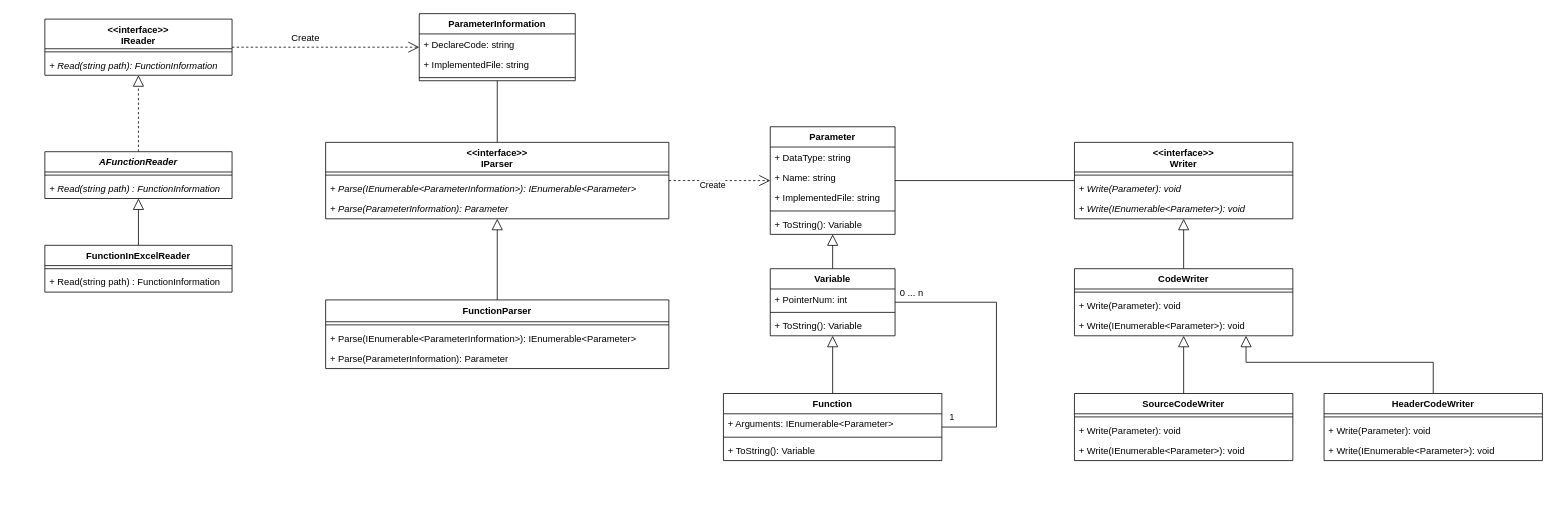
CountrySideEngineer/CStubMk keeps this draw.io diagram as page "Class" (4 of 5) of doc/design/architecture.drawio. Above is the earlier version. Source tidied: cells renumbered, new cells numbered last; positions are measured from the earlier drawing's top-left corner, leaving out a move shared by most shapes. Both pictures are drawn from the tidied source at 78%, with x=0, y=0 at pixel (44, 13).
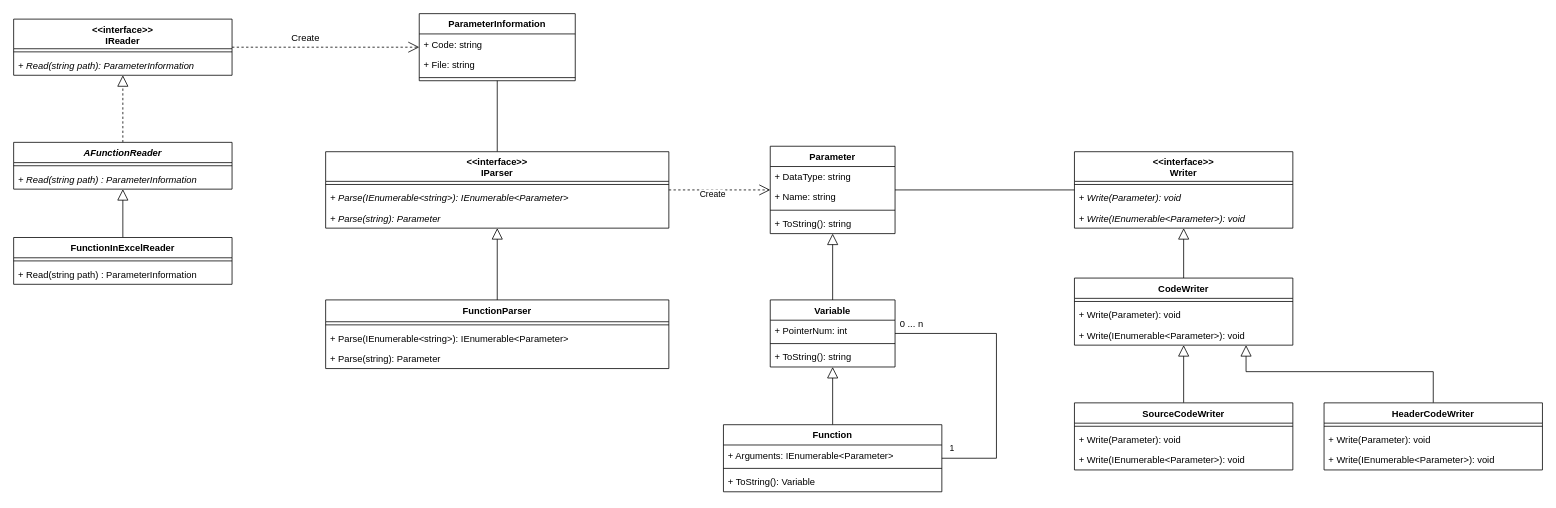
Above is the later version.

The change refers to these unchanged cells:
```xml
<mxCell id="3" value="ParameterInformation" style="swimlane;fontStyle=1;align=center;verticalAlign=top;horizontal=1;startSize=26;" parent="1" vertex="1">
  <mxGeometry x="480" width="200" height="86" as="geometry" />
</mxCell>
<mxCell id="49" value="FunctionParser" style="swimlane;fontStyle=1;align=center;verticalAlign=top;horizontal=1;startSize=28;" parent="1" vertex="1">
  <mxGeometry x="360" y="367" width="440" height="88" as="geometry" />
</mxCell>
```

Change to the diagram source:
```diff
@@
-    <mxCell id="4" value="+ DeclareCode: string" style="text;strokeColor=none;fillColor=none;align=left;verticalAlign=top;spacingLeft=4;spacingRight=4;overflow=hidden;" parent="3" vertex="1">
+    <mxCell id="4" value="+ Code: string" style="text;strokeColor=none;fillColor=none;align=left;verticalAlign=top;spacingLeft=4;spacingRight=4;overflow=hidden;" parent="3" vertex="1">
       <mxGeometry y="26" width="200" height="26" as="geometry" />
     </mxCell>
-    <mxCell id="5" value="+ ImplementedFile: string" style="text;strokeColor=none;fillColor=none;align=left;verticalAlign=top;spacingLeft=4;spacingRight=4;overflow=hidden;" parent="3" vertex="1">
+    <mxCell id="5" value="+ File: string" style="text;strokeColor=none;fillColor=none;align=left;verticalAlign=top;spacingLeft=4;spacingRight=4;overflow=hidden;" parent="3" vertex="1">
       <mxGeometry y="52" width="200" height="26" as="geometry" />
     </mxCell>
@@
     <mxCell id="9" value="&lt;&lt;interface&gt;&gt;&#10;IReader" style="swimlane;fontStyle=1;align=center;verticalAlign=top;horizontal=1;startSize=38;" parent="1" vertex="1">
-      <mxGeometry y="7" width="240" height="72" as="geometry" />
+      <mxGeometry x="-40" y="7" width="280" height="72" as="geometry" />
     </mxCell>
     <mxCell id="10" style="line;strokeWidth=1;fillColor=none;align=left;verticalAlign=middle;spacingTop=-1;spacingLeft=3;spacingRight=3;labelPosition=right;" parent="9" vertex="1">
-      <mxGeometry y="38" width="240" height="8" as="geometry" />
+      <mxGeometry y="38" width="280" height="8" as="geometry" />
     </mxCell>
-    <mxCell id="11" value="+ Read(string path): FunctionInformation" style="text;strokeColor=none;fillColor=none;align=left;verticalAlign=top;spacingLeft=4;spacingRight=4;overflow=hidden;fontStyle=2;" parent="9" vertex="1">
-      <mxGeometry y="46" width="240" height="26" as="geometry" />
+    <mxCell id="11" value="+ Read(string path): ParameterInformation" style="text;strokeColor=none;fillColor=none;align=left;verticalAlign=top;spacingLeft=4;spacingRight=4;overflow=hidden;fontStyle=2;" parent="9" vertex="1">
+      <mxGeometry y="46" width="280" height="26" as="geometry" />
     </mxCell>
@@
     <mxCell id="13" value="AFunctionReader" style="swimlane;fontStyle=3;align=center;verticalAlign=top;horizontal=1;startSize=26;" parent="1" vertex="1">
-      <mxGeometry y="177" width="240" height="60" as="geometry" />
+      <mxGeometry x="-40" y="165" width="280" height="60" as="geometry" />
     </mxCell>
     <mxCell id="14" style="line;strokeWidth=1;fillColor=none;align=left;verticalAlign=middle;spacingTop=-1;spacingLeft=3;spacingRight=3;labelPosition=right;" parent="13" vertex="1">
-      <mxGeometry y="26" width="240" height="8" as="geometry" />
+      <mxGeometry y="26" width="280" height="8" as="geometry" />
     </mxCell>
-    <mxCell id="15" value="+ Read(string path) : FunctionInformation" style="text;strokeColor=none;fillColor=none;align=left;verticalAlign=top;spacingLeft=4;spacingRight=4;overflow=hidden;fontStyle=2;" parent="13" vertex="1">
-      <mxGeometry y="34" width="240" height="26" as="geometry" />
+    <mxCell id="15" value="+ Read(string path) : ParameterInformation" style="text;strokeColor=none;fillColor=none;align=left;verticalAlign=top;spacingLeft=4;spacingRight=4;overflow=hidden;fontStyle=2;" parent="13" vertex="1">
+      <mxGeometry y="34" width="280" height="26" as="geometry" />
     </mxCell>
@@
     <mxCell id="17" value="FunctionInExcelReader" style="swimlane;fontStyle=1;align=center;verticalAlign=top;horizontal=1;startSize=26;" parent="1" vertex="1">
-      <mxGeometry y="297" width="240" height="60" as="geometry" />
+      <mxGeometry x="-40" y="287" width="280" height="60" as="geometry" />
     </mxCell>
     <mxCell id="18" style="line;strokeWidth=1;fillColor=none;align=left;verticalAlign=middle;spacingTop=-1;spacingLeft=3;spacingRight=3;labelPosition=right;" parent="17" vertex="1">
-      <mxGeometry y="26" width="240" height="8" as="geometry" />
+      <mxGeometry y="26" width="280" height="8" as="geometry" />
     </mxCell>
-    <mxCell id="19" value="+ Read(string path) : FunctionInformation" style="text;strokeColor=none;fillColor=none;align=left;verticalAlign=top;spacingLeft=4;spacingRight=4;overflow=hidden;fontStyle=0;" parent="17" vertex="1">
-      <mxGeometry y="34" width="240" height="26" as="geometry" />
+    <mxCell id="19" value="+ Read(string path) : ParameterInformation" style="text;strokeColor=none;fillColor=none;align=left;verticalAlign=top;spacingLeft=4;spacingRight=4;overflow=hidden;fontStyle=0;" parent="17" vertex="1">
+      <mxGeometry y="34" width="280" height="26" as="geometry" />
     </mxCell>
@@
     <mxCell id="21" value="&lt;&lt;interface&gt;&gt;&#10;IParser" style="swimlane;fontStyle=1;align=center;verticalAlign=top;horizontal=1;startSize=38;" parent="1" vertex="1">
-      <mxGeometry x="360" y="165" width="440" height="98" as="geometry" />
+      <mxGeometry x="360" y="177" width="440" height="98" as="geometry" />
     </mxCell>
@@
-    <mxCell id="23" value="+ Parse(IEnumerable&lt;ParameterInformation&gt;): IEnumerable&lt;Parameter&gt;" style="text;strokeColor=none;fillColor=none;align=left;verticalAlign=top;spacingLeft=4;spacingRight=4;overflow=hidden;fontStyle=2;" parent="21" vertex="1">
+    <mxCell id="23" value="+ Parse(IEnumerable&lt;string&gt;): IEnumerable&lt;Parameter&gt;" style="text;strokeColor=none;fillColor=none;align=left;verticalAlign=top;spacingLeft=4;spacingRight=4;overflow=hidden;fontStyle=2;" parent="21" vertex="1">
       <mxGeometry y="46" width="440" height="26" as="geometry" />
     </mxCell>
-    <mxCell id="24" value="+ Parse(ParameterInformation): Parameter" style="text;strokeColor=none;fillColor=none;align=left;verticalAlign=top;spacingLeft=4;spacingRight=4;overflow=hidden;fontStyle=2;" parent="21" vertex="1">
+    <mxCell id="24" value="+ Parse(string): Parameter" style="text;strokeColor=none;fillColor=none;align=left;verticalAlign=top;spacingLeft=4;spacingRight=4;overflow=hidden;fontStyle=2;" parent="21" vertex="1">
       <mxGeometry y="72" width="440" height="26" as="geometry" />
     </mxCell>
@@
     <mxCell id="26" value="1" style="edgeStyle=none;rounded=0;jettySize=auto;html=1;endArrow=none;endFill=0;endSize=12;startArrow=none;startFill=0;startSize=12;" parent="1" edge="1" source="28" target="40">
       <mxGeometry x="-0.54" y="57" relative="1" as="geometry">
         <Array as="points">
-          <mxPoint x="1220" y="530" />
-          <mxPoint x="1220" y="370" />
+          <mxPoint x="1220" y="570" />
+          <mxPoint x="1220" y="410" />
         </Array>
       </mxGeometry>
     </mxCell>
@@
     <mxCell id="28" value="Function" style="swimlane;fontStyle=1;align=center;verticalAlign=top;horizontal=1;startSize=26;" parent="1" vertex="1">
-      <mxGeometry x="870" y="487" width="280" height="86" as="geometry" />
+      <mxGeometry x="870" y="527" width="280" height="86" as="geometry" />
     </mxCell>
@@
     <mxCell id="33" value="Parameter" style="swimlane;fontStyle=1;align=center;verticalAlign=top;horizontal=1;startSize=26;" parent="1" vertex="1">
-      <mxGeometry x="930" y="145" width="160" height="138" as="geometry" />
+      <mxGeometry x="930" y="170" width="160" height="112" as="geometry" />
     </mxCell>
@@
-    <mxCell id="36" value="+ ImplementedFile: string" style="text;strokeColor=none;fillColor=none;align=left;verticalAlign=top;spacingLeft=4;spacingRight=4;overflow=hidden;" parent="33" vertex="1">
-      <mxGeometry y="78" width="160" height="26" as="geometry" />
-    </mxCell>
     <mxCell id="37" style="line;strokeWidth=1;fillColor=none;align=left;verticalAlign=middle;spacingTop=-1;spacingLeft=3;spacingRight=3;labelPosition=right;" parent="33" vertex="1">
-      <mxGeometry y="104" width="160" height="8" as="geometry" />
+      <mxGeometry y="78" width="160" height="8" as="geometry" />
     </mxCell>
-    <mxCell id="38" value="+ ToString(): Variable" style="text;strokeColor=none;fillColor=none;align=left;verticalAlign=top;spacingLeft=4;spacingRight=4;overflow=hidden;" parent="33" vertex="1">
-      <mxGeometry y="112" width="160" height="26" as="geometry" />
+    <mxCell id="38" value="+ ToString(): string" style="text;strokeColor=none;fillColor=none;align=left;verticalAlign=top;spacingLeft=4;spacingRight=4;overflow=hidden;" parent="33" vertex="1">
+      <mxGeometry y="86" width="160" height="26" as="geometry" />
     </mxCell>
@@
     <mxCell id="40" value="Variable" style="swimlane;fontStyle=1;align=center;verticalAlign=top;horizontal=1;startSize=26;" parent="1" vertex="1">
-      <mxGeometry x="930" y="327" width="160" height="86" as="geometry" />
+      <mxGeometry x="930" y="367" width="160" height="86" as="geometry" />
     </mxCell>
@@
-    <mxCell id="43" value="+ ToString(): Variable" style="text;strokeColor=none;fillColor=none;align=left;verticalAlign=top;spacingLeft=4;spacingRight=4;overflow=hidden;" parent="40" vertex="1">
+    <mxCell id="43" value="+ ToString(): string" style="text;strokeColor=none;fillColor=none;align=left;verticalAlign=top;spacingLeft=4;spacingRight=4;overflow=hidden;" parent="40" vertex="1">
       <mxGeometry y="60" width="160" height="26" as="geometry" />
     </mxCell>
     <mxCell id="44" value="&lt;&lt;interface&gt;&gt;&#10;Writer" style="swimlane;fontStyle=1;align=center;verticalAlign=top;horizontal=1;startSize=38;" parent="1" vertex="1">
-      <mxGeometry x="1320" y="165" width="280" height="98" as="geometry" />
+      <mxGeometry x="1320" y="177" width="280" height="98" as="geometry" />
     </mxCell>
@@
-    <mxCell id="51" value="+ Parse(IEnumerable&lt;ParameterInformation&gt;): IEnumerable&lt;Parameter&gt;" style="text;strokeColor=none;fillColor=none;align=left;verticalAlign=top;spacingLeft=4;spacingRight=4;overflow=hidden;fontStyle=0;" parent="49" vertex="1">
+    <mxCell id="51" value="+ Parse(IEnumerable&lt;string&gt;): IEnumerable&lt;Parameter&gt;" style="text;strokeColor=none;fillColor=none;align=left;verticalAlign=top;spacingLeft=4;spacingRight=4;overflow=hidden;fontStyle=0;" parent="49" vertex="1">
       <mxGeometry y="36" width="440" height="26" as="geometry" />
     </mxCell>
-    <mxCell id="52" value="+ Parse(ParameterInformation): Parameter" style="text;strokeColor=none;fillColor=none;align=left;verticalAlign=top;spacingLeft=4;spacingRight=4;overflow=hidden;fontStyle=0;" parent="49" vertex="1">
+    <mxCell id="52" value="+ Parse(string): Parameter" style="text;strokeColor=none;fillColor=none;align=left;verticalAlign=top;spacingLeft=4;spacingRight=4;overflow=hidden;fontStyle=0;" parent="49" vertex="1">
       <mxGeometry y="62" width="440" height="26" as="geometry" />
     </mxCell>
@@
     <mxCell id="54" value="CodeWriter" style="swimlane;fontStyle=1;align=center;verticalAlign=top;horizontal=1;startSize=26;" parent="1" vertex="1">
-      <mxGeometry x="1320" y="327" width="280" height="86" as="geometry" />
+      <mxGeometry x="1320" y="339" width="280" height="86" as="geometry" />
     </mxCell>
@@
     <mxCell id="59" value="SourceCodeWriter" style="swimlane;fontStyle=1;align=center;verticalAlign=top;horizontal=1;startSize=26;" parent="1" vertex="1">
-      <mxGeometry x="1320" y="487" width="280" height="86" as="geometry" />
+      <mxGeometry x="1320" y="499" width="280" height="86" as="geometry" />
     </mxCell>
@@
     <mxCell id="63" style="edgeStyle=orthogonalEdgeStyle;rounded=0;jettySize=auto;html=1;startArrow=none;startFill=0;startSize=12;endArrow=block;endFill=0;endSize=12;" parent="1" edge="1" source="64" target="54">
       <mxGeometry relative="1" as="geometry">
         <Array as="points">
-          <mxPoint x="1780" y="447" />
-          <mxPoint x="1540" y="447" />
+          <mxPoint x="1780" y="459" />
+          <mxPoint x="1540" y="459" />
         </Array>
       </mxGeometry>
     </mxCell>
     <mxCell id="64" value="HeaderCodeWriter" style="swimlane;fontStyle=1;align=center;verticalAlign=top;horizontal=1;startSize=26;" parent="1" vertex="1">
-      <mxGeometry x="1640" y="487" width="280" height="86" as="geometry" />
+      <mxGeometry x="1640" y="499" width="280" height="86" as="geometry" />
     </mxCell>
```
